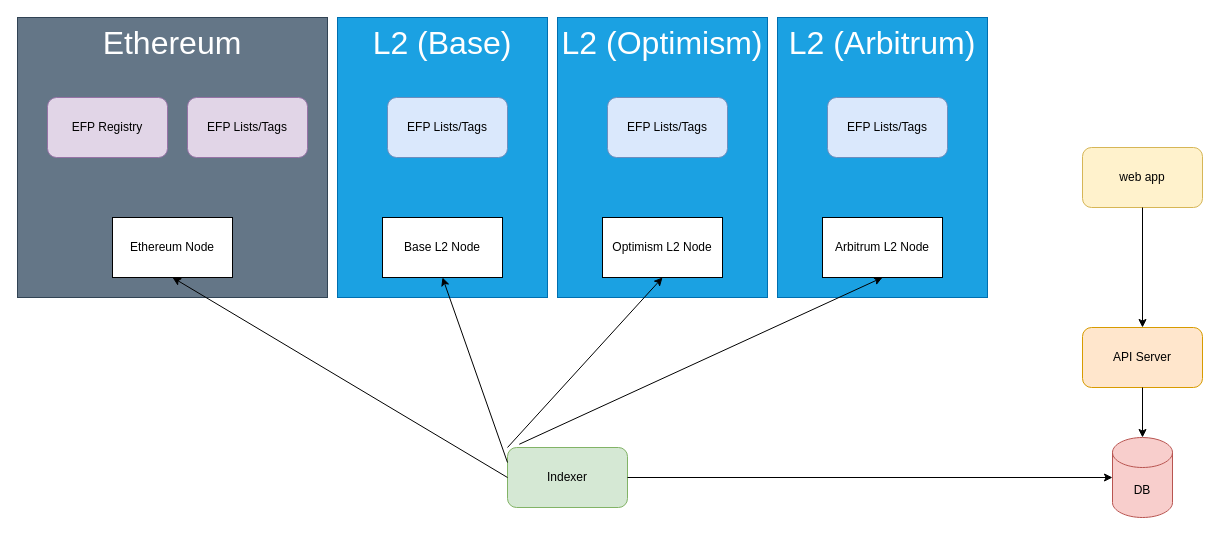
Above: architecture.drawio in ethereumfollowprotocol/docs (draw.io), before the change. Source tidied: cells renumbered, new cells numbered last; positions are measured from the earlier drawing's top-left corner, leaving out a move shared by most shapes. Both pictures are drawn from the tidied source at 100%, with x=0, y=0 at pixel (17, 17).
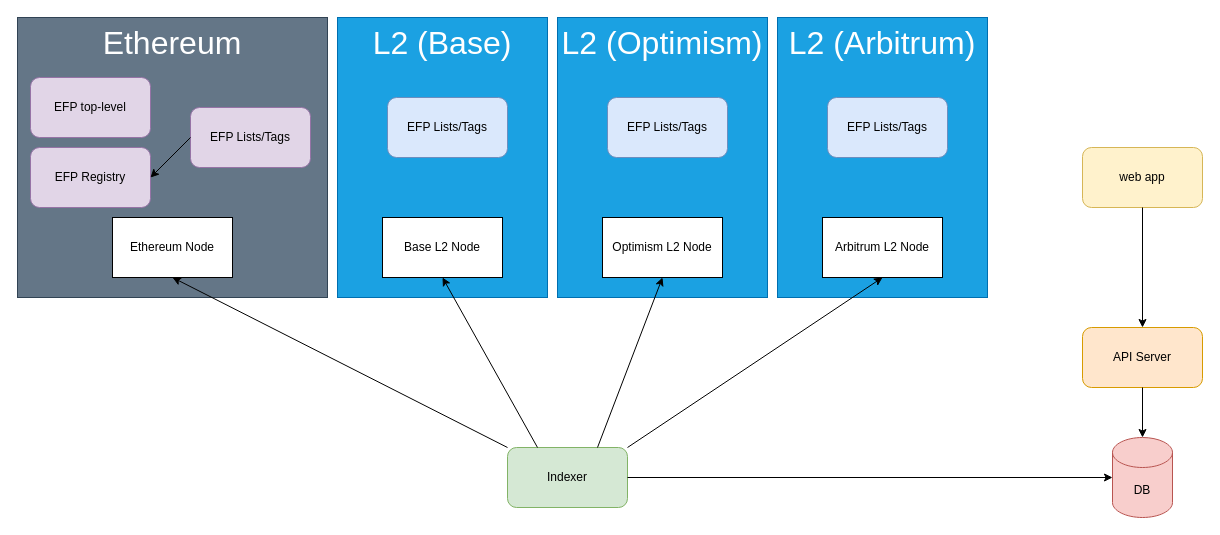
The same diagram, later.

Unchanged cells that the change refers to:
```xml
<mxCell id="8" value="Indexer" style="rounded=1;whiteSpace=wrap;html=1;fillColor=#d5e8d4;strokeColor=#82b366;" parent="1" vertex="1">
  <mxGeometry x="490" y="430" width="120" height="60" as="geometry" />
</mxCell>
<mxCell id="14" value="Base L2 Node" style="rounded=0;whiteSpace=wrap;html=1;" parent="1" vertex="1">
  <mxGeometry x="365" y="200" width="120" height="60" as="geometry" />
</mxCell>
<mxCell id="15" value="Ethereum Node" style="rounded=0;whiteSpace=wrap;html=1;" parent="1" vertex="1">
  <mxGeometry x="95" y="200" width="120" height="60" as="geometry" />
</mxCell>
<mxCell id="18" value="Optimism L2 Node" style="rounded=0;whiteSpace=wrap;html=1;" parent="1" vertex="1">
  <mxGeometry x="585" y="200" width="120" height="60" as="geometry" />
</mxCell>
<mxCell id="21" value="Arbitrum L2 Node" style="rounded=0;whiteSpace=wrap;html=1;" parent="1" vertex="1">
  <mxGeometry x="805" y="200" width="120" height="60" as="geometry" />
</mxCell>
```

The edit, as a diff of the source:
```diff
@@
     <mxCell id="10" value="EFP Registry" style="rounded=1;whiteSpace=wrap;html=1;fillColor=#e1d5e7;strokeColor=#9673a6;" parent="1" vertex="1">
-      <mxGeometry x="30" y="80" width="120" height="60" as="geometry" />
+      <mxGeometry x="13" y="130" width="120" height="60" as="geometry" />
     </mxCell>
     <mxCell id="11" value="EFP Lists/Tags" style="rounded=1;whiteSpace=wrap;html=1;fillColor=#e1d5e7;strokeColor=#9673a6;" parent="1" vertex="1">
-      <mxGeometry x="170" y="80" width="120" height="60" as="geometry" />
+      <mxGeometry x="173" y="90" width="120" height="60" as="geometry" />
     </mxCell>
@@
-    <mxCell id="22" style="endArrow=classic;html=1;rounded=0;exitX=0.098;exitY=-0.054;exitDx=0;exitDy=0;exitPerimeter=0;entryX=0.5;entryY=1;entryDx=0;entryDy=0;" parent="1" edge="1" source="8" target="21">
+    <mxCell id="22" style="endArrow=classic;html=1;rounded=0;exitX=1;exitY=0;exitDx=0;exitDy=0;entryX=0.5;entryY=1;entryDx=0;entryDy=0;" parent="1" edge="1" source="8" target="21">
       <mxGeometry relative="1" as="geometry" />
     </mxCell>
-    <mxCell id="23" style="endArrow=classic;html=1;rounded=0;exitX=0;exitY=0;exitDx=0;exitDy=0;entryX=0.5;entryY=1;entryDx=0;entryDy=0;" parent="1" edge="1" source="8" target="18">
+    <mxCell id="23" style="endArrow=classic;html=1;rounded=0;exitX=0.75;exitY=0;exitDx=0;exitDy=0;entryX=0.5;entryY=1;entryDx=0;entryDy=0;" parent="1" edge="1" source="8" target="18">
       <mxGeometry relative="1" as="geometry" />
     </mxCell>
-    <mxCell id="24" style="endArrow=classic;html=1;rounded=0;exitX=0;exitY=0.25;exitDx=0;exitDy=0;entryX=0.5;entryY=1;entryDx=0;entryDy=0;" parent="1" edge="1" source="8" target="14">
+    <mxCell id="24" style="endArrow=classic;html=1;rounded=0;exitX=0.25;exitY=0;exitDx=0;exitDy=0;entryX=0.5;entryY=1;entryDx=0;entryDy=0;" parent="1" edge="1" source="8" target="14">
       <mxGeometry relative="1" as="geometry" />
     </mxCell>
-    <mxCell id="25" style="endArrow=classic;html=1;rounded=0;exitX=0;exitY=0.5;exitDx=0;exitDy=0;entryX=0.5;entryY=1;entryDx=0;entryDy=0;" parent="1" edge="1" source="8" target="15">
+    <mxCell id="25" style="endArrow=classic;html=1;rounded=0;exitX=0;exitY=0;exitDx=0;exitDy=0;entryX=0.5;entryY=1;entryDx=0;entryDy=0;" parent="1" edge="1" source="8" target="15">
       <mxGeometry relative="1" as="geometry" />
     </mxCell>
+    <mxCell id="26" value="EFP top-level" style="rounded=1;whiteSpace=wrap;html=1;fillColor=#e1d5e7;strokeColor=#9673a6;" parent="1" vertex="1">
+      <mxGeometry x="13" y="60" width="120" height="60" as="geometry" />
+    </mxCell>
+    <mxCell id="27" style="endArrow=classic;html=1;rounded=0;exitX=0;exitY=0.5;exitDx=0;exitDy=0;entryX=1;entryY=0.5;entryDx=0;entryDy=0;" parent="1" edge="1" source="11" target="10">
+      <mxGeometry relative="1" as="geometry" />
+    </mxCell>
```
